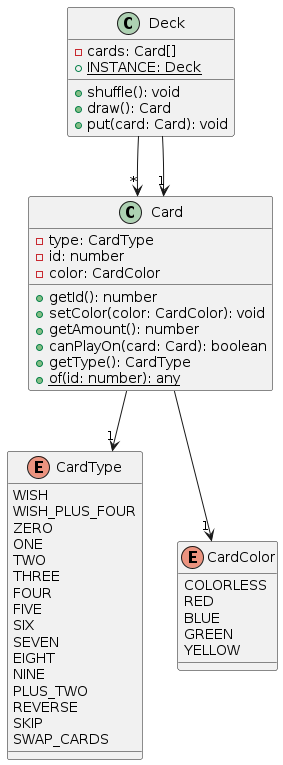
Before: docs/class_diagram.png, a diagram exported from PlantUML (oskardotglobal/dos). Its diagram source:
```plantuml
@startuml
enum CardType {
    WISH
    WISH_PLUS_FOUR
    ZERO
    ONE
    TWO
    THREE
    FOUR
    FIVE
    SIX
    SEVEN
    EIGHT
    NINE
    PLUS_TWO
    REVERSE
    SKIP
    SWAP_CARDS
}
enum CardColor {
    COLORLESS
    RED
    BLUE
    GREEN
    YELLOW
}
class Card {
    -type: CardType
    -id: number
    -color: CardColor
    +getId(): number
    +setColor(color: CardColor): void
    +getAmount(): number
    +canPlayOn(card: Card): boolean
    +getType(): CardType
    +{static} of(id: number): any
}



class Deck {
    -cards: Card[]
    +shuffle(): void
    +draw(): Card
    +put(card: Card): void
    +{static} INSTANCE: Deck
}
Card --> "1" CardType
Card --> "1" CardColor
Deck --> "*" Card
Deck --> "1" Card
@enduml
```
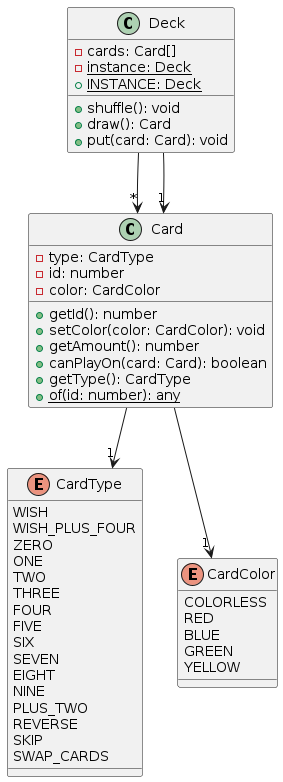
Above is the later version.

Commit message:
Update class diagram

What changed in the source:
```diff
@@ -43,6 +43,7 @@
     +shuffle(): void
     +draw(): Card
     +put(card: Card): void
+    -{static} instance: Deck
     +{static} INSTANCE: Deck
 }
 Card --> "1" CardType
```
